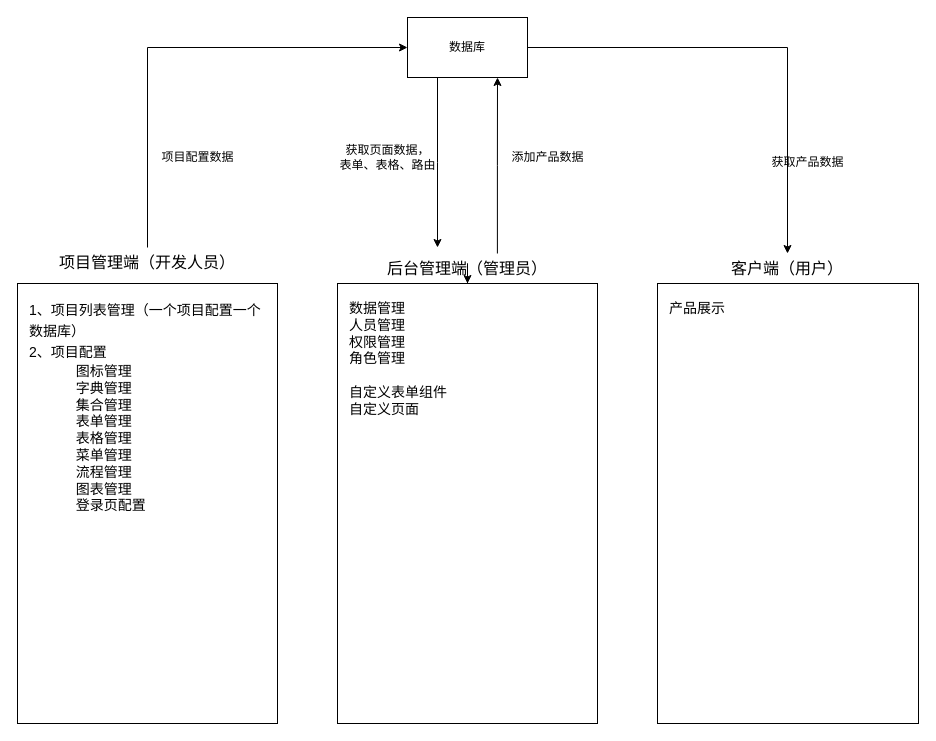
This is drawio/项目管理端.drawio from bin-9527/pms-prd, a draw.io file, before an edit. Source tidied: cells renumbered, new cells numbered last; positions are measured from the earlier drawing's top-left corner, leaving out a move shared by most shapes. Both pictures are drawn from the tidied source at 100%, with x=0, y=0 at pixel (17, 17).
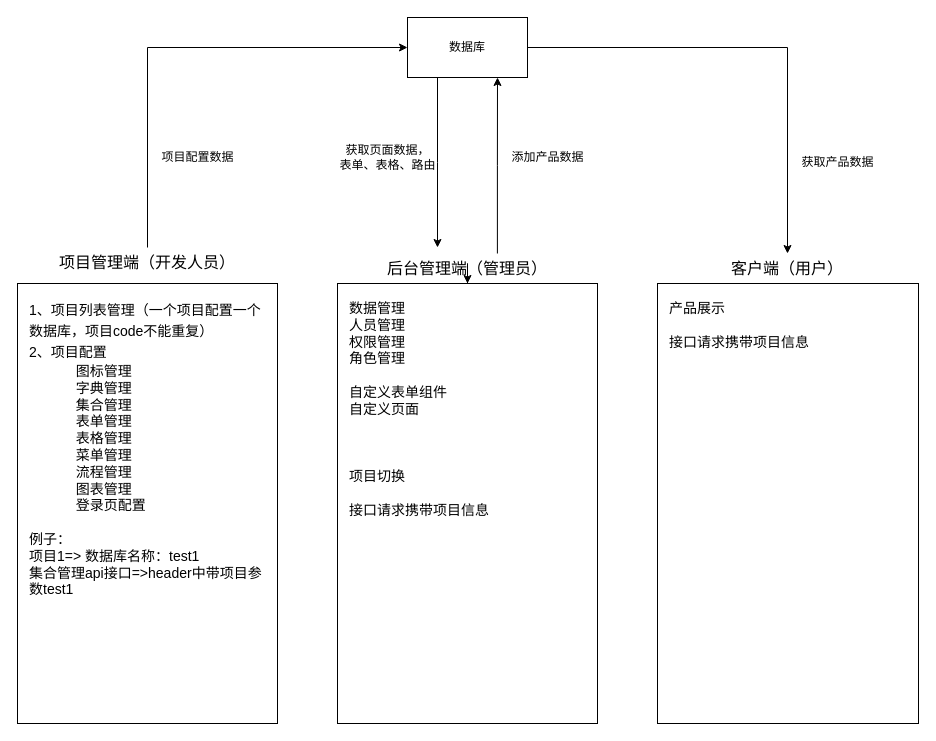
Above is the later version.

Commit message:
更新项目管理端.drawio

What changed in the source:
```diff
@@
 <mxGraphModel>
   <root>
     <mxCell id="0" />
     <mxCell id="1" parent="0" />
-    <mxCell id="2" value="&lt;span style=&quot;background-color: initial; line-height: 150%;&quot;&gt;1、项目列表管理（一个项目配置一个数据库）&lt;/span&gt;&lt;br&gt;&lt;span style=&quot;background-color: initial; line-height: 150%;&quot;&gt;2、项目配置&lt;/span&gt;&lt;div&gt;&amp;nbsp; &amp;nbsp; &amp;nbsp; &amp;nbsp; &amp;nbsp; &amp;nbsp; 图标管理&lt;/div&gt;&lt;div&gt;&amp;nbsp; &amp;nbsp; &amp;nbsp; &amp;nbsp; &amp;nbsp; &amp;nbsp; 字典管理&lt;/div&gt;&lt;div&gt;&amp;nbsp; &amp;nbsp; &amp;nbsp; &amp;nbsp; &amp;nbsp; &amp;nbsp; 集合管理&lt;/div&gt;&lt;div&gt;&amp;nbsp; &amp;nbsp; &amp;nbsp; &amp;nbsp; &amp;nbsp; &amp;nbsp; 表单管理&lt;/div&gt;&lt;div&gt;&amp;nbsp; &amp;nbsp; &amp;nbsp; &amp;nbsp; &amp;nbsp; &amp;nbsp; 表格管理&lt;/div&gt;&lt;div&gt;&amp;nbsp; &amp;nbsp; &amp;nbsp; &amp;nbsp; &amp;nbsp; &amp;nbsp; 菜单管理&lt;/div&gt;&lt;div&gt;&amp;nbsp; &amp;nbsp; &amp;nbsp; &amp;nbsp; &amp;nbsp; &amp;nbsp; 流程管理&lt;/div&gt;&lt;div&gt;&amp;nbsp; &amp;nbsp; &amp;nbsp; &amp;nbsp; &amp;nbsp; &amp;nbsp; 图表管理&lt;/div&gt;&lt;div&gt;&amp;nbsp; &amp;nbsp; &amp;nbsp; &amp;nbsp; &amp;nbsp; &amp;nbsp; 登录页配置&lt;/div&gt;&lt;div&gt;&lt;br&gt;&lt;/div&gt;" style="rounded=0;whiteSpace=wrap;html=1;align=left;verticalAlign=top;fontSize=14;spacing=12;" parent="1" vertex="1">
+    <mxCell id="2" value="&lt;span style=&quot;background-color: initial; line-height: 150%;&quot;&gt;1、项目列表管理（一个项目配置一个数据库，项目code不能重复）&lt;/span&gt;&lt;br&gt;&lt;span style=&quot;background-color: initial; line-height: 150%;&quot;&gt;2、项目配置&lt;/span&gt;&lt;div&gt;&amp;nbsp; &amp;nbsp; &amp;nbsp; &amp;nbsp; &amp;nbsp; &amp;nbsp; 图标管理&lt;/div&gt;&lt;div&gt;&amp;nbsp; &amp;nbsp; &amp;nbsp; &amp;nbsp; &amp;nbsp; &amp;nbsp; 字典管理&lt;/div&gt;&lt;div&gt;&amp;nbsp; &amp;nbsp; &amp;nbsp; &amp;nbsp; &amp;nbsp; &amp;nbsp; 集合管理&lt;/div&gt;&lt;div&gt;&amp;nbsp; &amp;nbsp; &amp;nbsp; &amp;nbsp; &amp;nbsp; &amp;nbsp; 表单管理&lt;/div&gt;&lt;div&gt;&amp;nbsp; &amp;nbsp; &amp;nbsp; &amp;nbsp; &amp;nbsp; &amp;nbsp; 表格管理&lt;/div&gt;&lt;div&gt;&amp;nbsp; &amp;nbsp; &amp;nbsp; &amp;nbsp; &amp;nbsp; &amp;nbsp; 菜单管理&lt;/div&gt;&lt;div&gt;&amp;nbsp; &amp;nbsp; &amp;nbsp; &amp;nbsp; &amp;nbsp; &amp;nbsp; 流程管理&lt;/div&gt;&lt;div&gt;&amp;nbsp; &amp;nbsp; &amp;nbsp; &amp;nbsp; &amp;nbsp; &amp;nbsp; 图表管理&lt;/div&gt;&lt;div&gt;&amp;nbsp; &amp;nbsp; &amp;nbsp; &amp;nbsp; &amp;nbsp; &amp;nbsp; 登录页配置&lt;/div&gt;&lt;div&gt;&lt;br&gt;&lt;/div&gt;&lt;div&gt;例子：&lt;/div&gt;&lt;div&gt;项目1=&amp;gt; 数据库名称：test1&lt;/div&gt;&lt;div&gt;集合管理api接口=&amp;gt;header中带项目参数test1&lt;/div&gt;" style="rounded=0;whiteSpace=wrap;html=1;align=left;verticalAlign=top;fontSize=14;spacing=12;" parent="1" vertex="1">
       <mxGeometry y="266" width="260" height="440" as="geometry" />
     </mxCell>
     <mxCell id="3" style="edgeStyle=orthogonalEdgeStyle;rounded=0;jettySize=auto;html=1;entryX=0;entryY=0.5;entryDx=0;entryDy=0;exitX=0.5;exitY=0;exitDx=0;exitDy=0;" parent="1" edge="1" source="4" target="12">
       <mxGeometry relative="1" as="geometry">
         <Array as="points">
           <mxPoint x="130" y="30" />
         </Array>
       </mxGeometry>
     </mxCell>
     <mxCell id="4" value="项目管理端（开发人员）" style="text;html=1;align=center;verticalAlign=middle;whiteSpace=wrap;rounded=0;fontSize=16;" parent="1" vertex="1">
       <mxGeometry y="230" width="260" height="30" as="geometry" />
     </mxCell>
     <mxCell id="5" style="edgeStyle=orthogonalEdgeStyle;rounded=0;jettySize=auto;html=1;" parent="1" edge="1" source="7" target="8">
       <mxGeometry relative="1" as="geometry" />
     </mxCell>
     <mxCell id="6" style="edgeStyle=orthogonalEdgeStyle;rounded=0;jettySize=auto;html=1;entryX=0.75;entryY=1;entryDx=0;entryDy=0;exitX=0.615;exitY=0;exitDx=0;exitDy=0;exitPerimeter=0;" parent="1" edge="1" source="7" target="12">
       <mxGeometry relative="1" as="geometry" />
     </mxCell>
     <mxCell id="7" value="后台管理端（管理员）" style="text;html=1;align=center;verticalAlign=middle;whiteSpace=wrap;rounded=0;fontSize=16;" parent="1" vertex="1">
       <mxGeometry x="320" y="236" width="260" height="30" as="geometry" />
     </mxCell>
-    <mxCell id="8" value="数据管理&lt;div&gt;人员管理&lt;/div&gt;&lt;div&gt;权限管理&lt;/div&gt;&lt;div&gt;角色管理&lt;/div&gt;&lt;div&gt;&lt;br&gt;&lt;/div&gt;&lt;div&gt;自定义表单组件&lt;/div&gt;&lt;div&gt;自定义页面&lt;/div&gt;" style="rounded=0;whiteSpace=wrap;html=1;align=left;verticalAlign=top;fontSize=14;spacing=12;" parent="1" vertex="1">
+    <mxCell id="8" value="数据管理&lt;div&gt;人员管理&lt;/div&gt;&lt;div&gt;权限管理&lt;/div&gt;&lt;div&gt;角色管理&lt;/div&gt;&lt;div&gt;&lt;br&gt;&lt;/div&gt;&lt;div&gt;自定义表单组件&lt;/div&gt;&lt;div&gt;自定义页面&lt;/div&gt;&lt;div&gt;&lt;br&gt;&lt;/div&gt;&lt;div&gt;&lt;br&gt;&lt;/div&gt;&lt;div&gt;&lt;br&gt;&lt;/div&gt;&lt;div&gt;项目切换&lt;/div&gt;&lt;div&gt;&lt;br&gt;&lt;/div&gt;&lt;div&gt;接口请求携带项目信息&lt;/div&gt;" style="rounded=0;whiteSpace=wrap;html=1;align=left;verticalAlign=top;fontSize=14;spacing=12;" parent="1" vertex="1">
       <mxGeometry x="320" y="266" width="260" height="440" as="geometry" />
     </mxCell>
     <mxCell id="9" value="客户端（用户）" style="text;html=1;align=center;verticalAlign=middle;whiteSpace=wrap;rounded=0;fontSize=16;" parent="1" vertex="1">
       <mxGeometry x="640" y="236" width="260" height="30" as="geometry" />
     </mxCell>
-    <mxCell id="10" value="产品展示" style="rounded=0;whiteSpace=wrap;html=1;align=left;verticalAlign=top;fontSize=14;spacing=12;" parent="1" vertex="1">
+    <mxCell id="10" value="产品展示&lt;div&gt;&lt;br&gt;&lt;/div&gt;&lt;div&gt;接口请求携带项目信息&lt;/div&gt;" style="rounded=0;whiteSpace=wrap;html=1;align=left;verticalAlign=top;fontSize=14;spacing=12;" parent="1" vertex="1">
       <mxGeometry x="640" y="266" width="261" height="440" as="geometry" />
     </mxCell>
     <mxCell id="11" style="edgeStyle=orthogonalEdgeStyle;rounded=0;jettySize=auto;html=1;entryX=0.5;entryY=0;entryDx=0;entryDy=0;" parent="1" edge="1" source="12" target="9">
       <mxGeometry relative="1" as="geometry" />
     </mxCell>
     <mxCell id="12" value="数据库" style="whiteSpace=wrap;html=1;" parent="1" vertex="1">
       <mxGeometry x="390" width="120" height="60" as="geometry" />
     </mxCell>
     <mxCell id="13" style="edgeStyle=orthogonalEdgeStyle;rounded=0;jettySize=auto;html=1;exitX=0.25;exitY=1;exitDx=0;exitDy=0;" parent="1" edge="1" source="12">
       <mxGeometry relative="1" as="geometry">
         <mxPoint x="420" y="230" as="targetPoint" />
       </mxGeometry>
     </mxCell>
     <mxCell id="14" value="项目配置数据" style="text;html=1;align=center;verticalAlign=middle;strokeColor=none;fillColor=none;" parent="1" vertex="1">
       <mxGeometry x="130" y="125" width="100" height="30" as="geometry" />
     </mxCell>
     <mxCell id="15" value="获取页面数据，&lt;br&gt;表单、表格、路由" style="text;html=1;align=center;verticalAlign=middle;strokeColor=none;fillColor=none;" parent="1" vertex="1">
       <mxGeometry x="310" y="120" width="120" height="40" as="geometry" />
     </mxCell>
     <mxCell id="16" value="获取产品数据" style="text;html=1;align=center;verticalAlign=middle;strokeColor=none;fillColor=none;" parent="1" vertex="1">
-      <mxGeometry x="740" y="130" width="100" height="30" as="geometry" />
+      <mxGeometry x="770" y="130" width="100" height="30" as="geometry" />
     </mxCell>
     <mxCell id="17" value="添加产品数据" style="text;html=1;align=center;verticalAlign=middle;strokeColor=none;fillColor=none;" parent="1" vertex="1">
       <mxGeometry x="480" y="125" width="100" height="30" as="geometry" />
     </mxCell>
   </root>
 </mxGraphModel>
```
